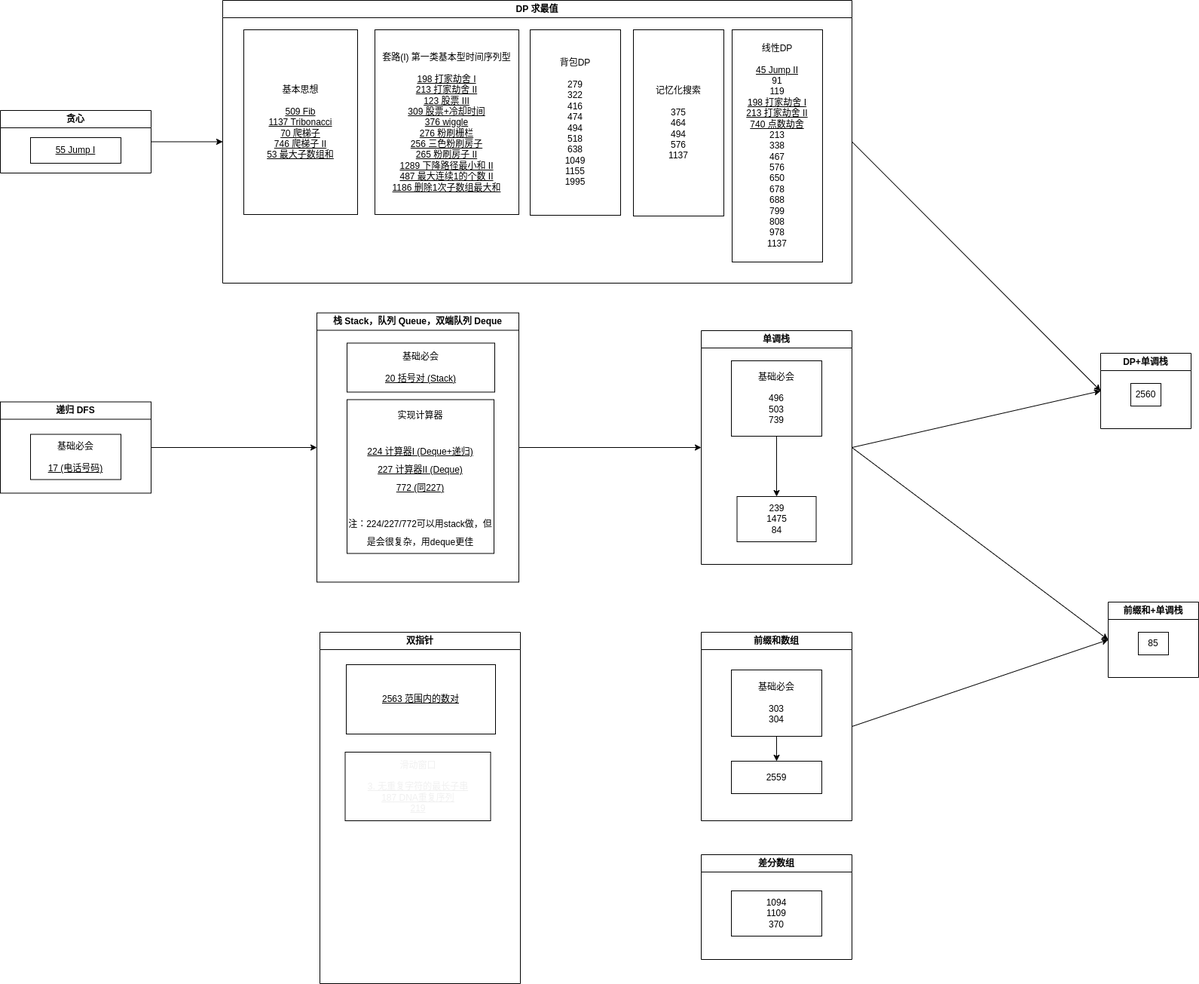
Earlier version of the draw.io export drawio/map.drawio.png (jssonx/algo-playground). Source tidied: cells renumbered, new cells last; positions are measured from the earlier drawing's top-left corner, leaving out a move shared by most shapes.
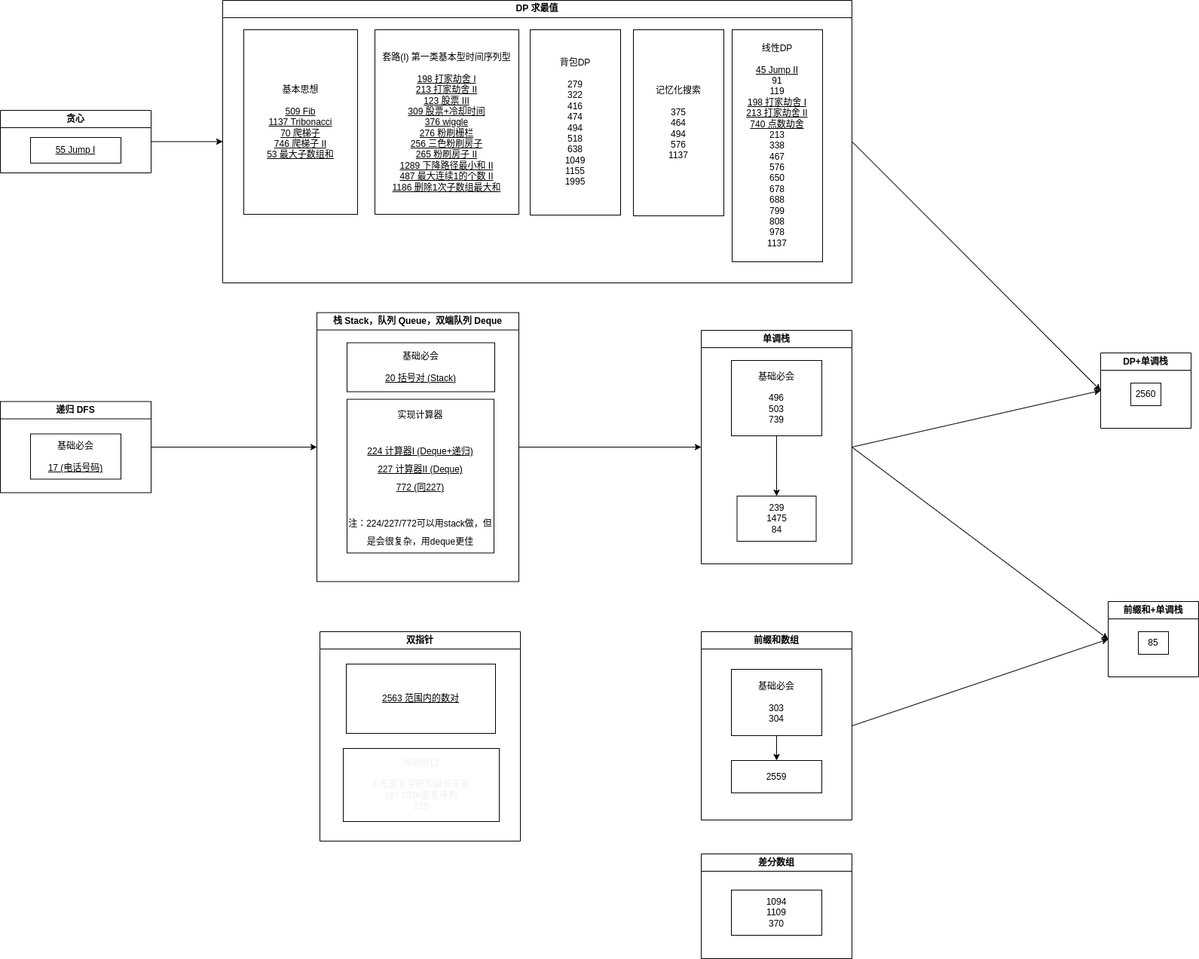
The same file after the commit.

Diff of the diagram source:
```diff
@@ -105,13 +105,13 @@
       <mxGeometry x="497" y="39" width="191" height="245" as="geometry" />
     </mxCell>
     <mxCell id="36" value="双指针" style="swimlane;whiteSpace=wrap;html=1;" parent="1" vertex="1">
-      <mxGeometry x="424" y="838" width="266" height="466" as="geometry" />
+      <mxGeometry x="424" y="838" width="266" height="278" as="geometry" />
     </mxCell>
     <mxCell id="37" value="&lt;u&gt;2563 范围内的数对&lt;br&gt;&lt;/u&gt;" style="whiteSpace=wrap;html=1;" parent="36" vertex="1">
       <mxGeometry x="35" y="43" width="198" height="92" as="geometry" />
     </mxCell>
-    <mxCell id="38" value="滑动窗口&lt;br&gt;&lt;br&gt;&lt;u style=&quot;caret-color: rgb(0, 0, 0);&quot;&gt;3. 无重复字符的最长子串&lt;br&gt;187 DNA重复序列&lt;br&gt;219&lt;br&gt;&lt;/u&gt;" style="whiteSpace=wrap;html=1;fontFamily=Helvetica;fontSize=12;fontColor=#F0F0F0;" parent="36" vertex="1">
-      <mxGeometry x="33.5" y="159" width="193" height="91" as="geometry" />
-    </mxCell>
+    <mxCell id="39" value="滑动窗口&lt;br&gt;&lt;br&gt;3 无重复字符的最长子集&lt;br&gt;187 DNA重复序列&lt;br&gt;219" style="whiteSpace=wrap;html=1;fontFamily=Helvetica;fontSize=12;fontColor=#F0F0F0;" parent="36" vertex="1">
+      <mxGeometry x="31" y="155" width="207" height="97" as="geometry" />
+    </mxCell>
   </root>
 </mxGraphModel>
```
